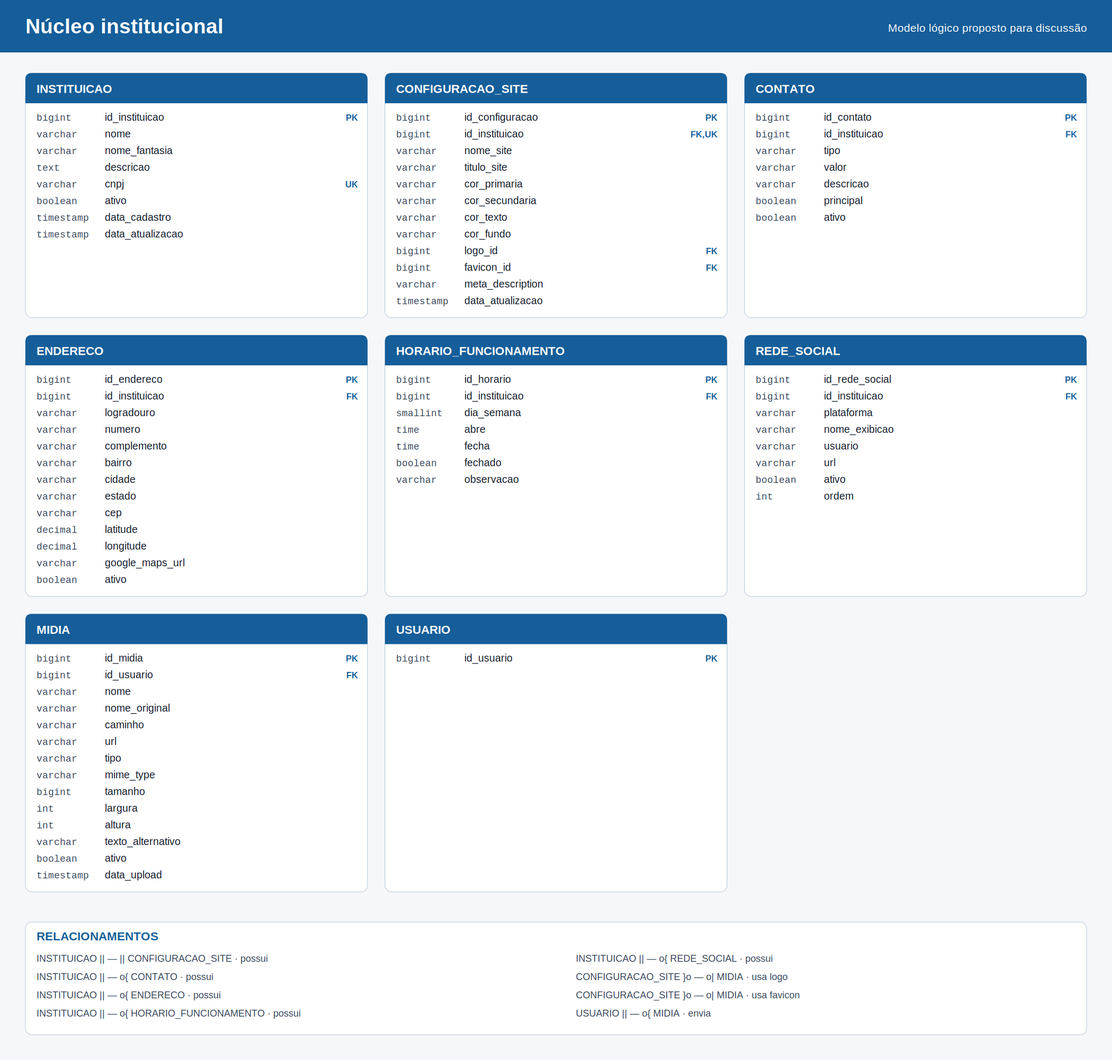
The Mermaid diagram docs/modelagem/01-nucleo-institucional.png in jdM4rtins/Nosso-Lar, before a commit. Its source is kept beside it as docs/modelagem/01-nucleo-institucional.mmd.
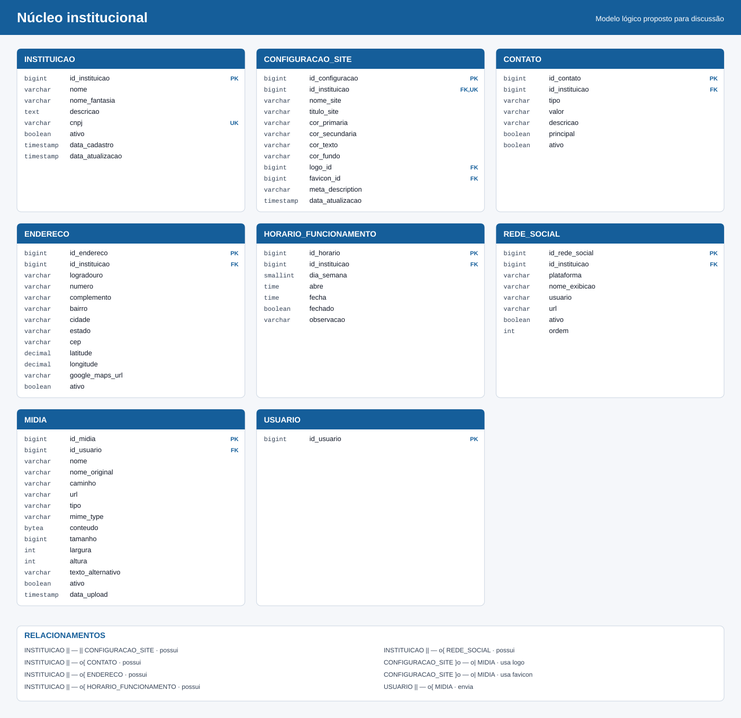
After the change.

What changed in the source:
```diff
@@ -90,6 +90,7 @@
         varchar url
         varchar tipo
         varchar mime_type
+        bytea conteudo
         bigint tamanho
         int largura
         int altura
```
